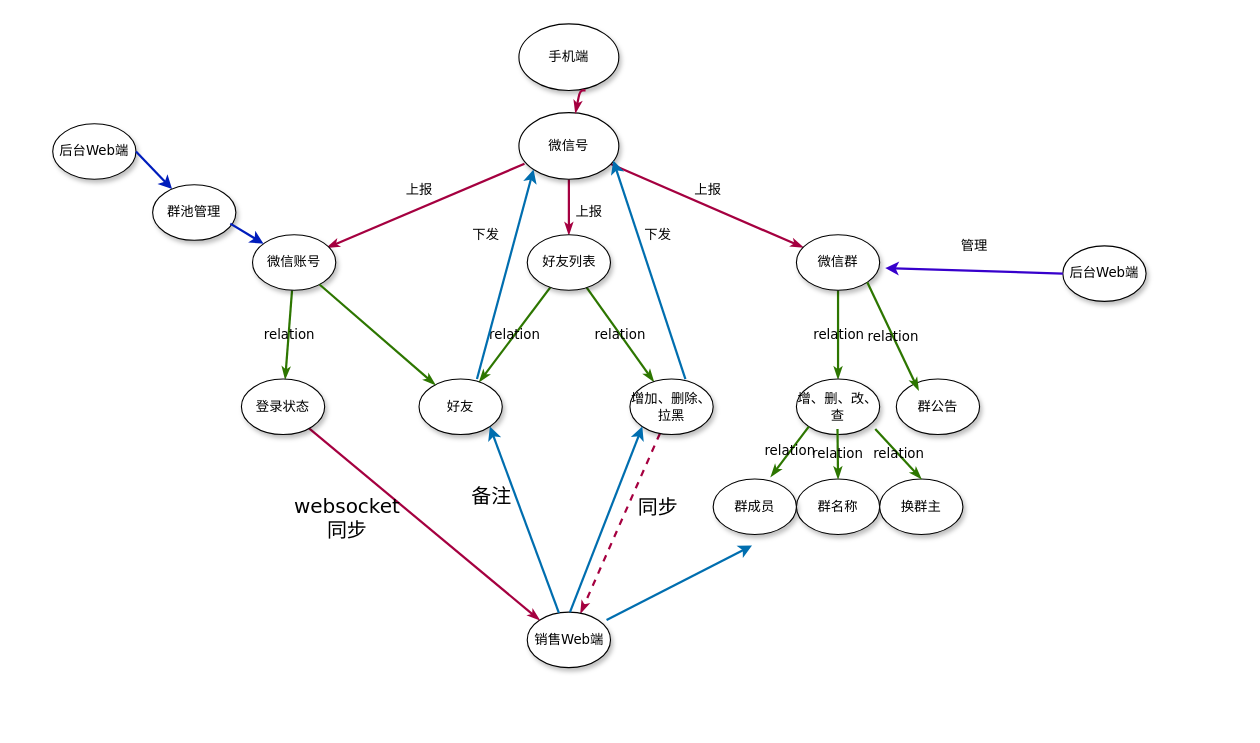
Before: craft/WeAccount.drawio in feihu618/drawio, a draw.io diagram. Source tidied: cells renumbered, new cells numbered last; positions are measured from the earlier drawing's top-left corner, leaving out a move shared by most shapes. Both pictures are drawn from the tidied source at 111%, with x=0, y=0 at pixel (52, 23).
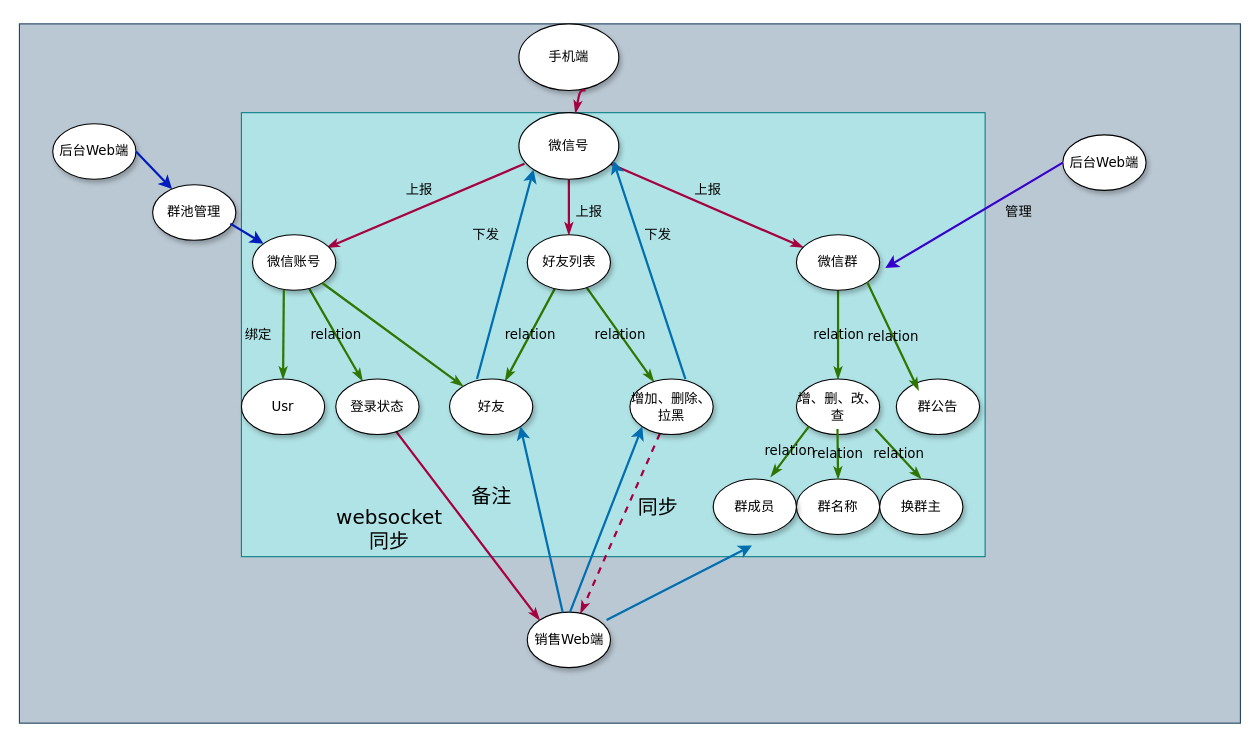
The same diagram, later.

The change refers to these unchanged cells:
```xml
<mxCell id="17" value="&lt;span&gt;微信账号&lt;/span&gt;" style="ellipse;whiteSpace=wrap;html=1;rounded=0;shadow=1;comic=0;labelBackgroundColor=none;strokeWidth=1;fontFamily=Verdana;fontSize=12;align=center;" parent="1" vertex="1">
  <mxGeometry x="180" y="190" width="75" height="50" as="geometry" />
</mxCell>
```

The edit, as a diff of the source:
```diff
@@
+    <mxCell id="51" style="rounded=0;whiteSpace=wrap;html=1;fillColor=#bac8d3;strokeColor=#23445d;" parent="1" vertex="1">
+      <mxGeometry x="-30" width="1100" height="630" as="geometry" />
+    </mxCell>
+    <mxCell id="52" style="rounded=0;whiteSpace=wrap;html=1;fillColor=#b0e3e6;strokeColor=#0e8088;" parent="1" vertex="1">
+      <mxGeometry x="170" y="80" width="670" height="400" as="geometry" />
+    </mxCell>
@@
     <mxCell id="14" value="&lt;span&gt;好友&lt;/span&gt;" style="ellipse;whiteSpace=wrap;html=1;rounded=0;shadow=1;comic=0;labelBackgroundColor=none;strokeWidth=1;fontFamily=Verdana;fontSize=12;align=center;" parent="1" vertex="1">
-      <mxGeometry x="330" y="320" width="75" height="50" as="geometry" />
+      <mxGeometry x="357.5" y="320" width="75" height="50" as="geometry" />
     </mxCell>
@@
     <mxCell id="19" value="&lt;span&gt;登录状态&lt;/span&gt;" style="ellipse;whiteSpace=wrap;html=1;rounded=0;shadow=1;comic=0;labelBackgroundColor=none;strokeWidth=1;fontFamily=Verdana;fontSize=12;align=center;" parent="1" vertex="1">
-      <mxGeometry x="170" y="320" width="75" height="50" as="geometry" />
+      <mxGeometry x="255" y="320" width="75" height="50" as="geometry" />
     </mxCell>
@@
     <mxCell id="29" value="&lt;span style=&quot;font-family: &amp;#34;verdana&amp;#34; ; font-size: 18px&quot;&gt;websocket&lt;br&gt;同步&lt;/span&gt;" style="text;html=1;align=center;verticalAlign=middle;fillColor=none;strokeColor=none;rounded=0;" parent="1" vertex="1">
-      <mxGeometry x="210" y="425" width="110" height="40" as="geometry" />
+      <mxGeometry x="247.5" y="435" width="110" height="40" as="geometry" />
     </mxCell>
@@
     <mxCell id="42" value="后台Web端" style="ellipse;whiteSpace=wrap;html=1;rounded=0;shadow=1;comic=0;labelBackgroundColor=none;strokeWidth=1;fontFamily=Verdana;fontSize=12;align=center;" parent="1" vertex="1">
-      <mxGeometry x="910" y="200" width="75" height="50" as="geometry" />
+      <mxGeometry x="910" y="100" width="75" height="50" as="geometry" />
     </mxCell>
@@
     <mxCell id="44" value="&lt;span style=&quot;font-family: &amp;#34;verdana&amp;#34;&quot;&gt;管理&lt;/span&gt;" style="text;html=1;align=center;verticalAlign=middle;fillColor=none;strokeColor=none;rounded=0;" parent="1" vertex="1">
-      <mxGeometry x="810" y="190" width="40" height="20" as="geometry" />
+      <mxGeometry x="850" y="160" width="40" height="20" as="geometry" />
     </mxCell>
@@
+    <mxCell id="53" value="&lt;span&gt;Usr&lt;/span&gt;" style="ellipse;whiteSpace=wrap;html=1;rounded=0;shadow=1;comic=0;labelBackgroundColor=none;strokeWidth=1;fontFamily=Verdana;fontSize=12;align=center;" parent="1" vertex="1">
+      <mxGeometry x="170" y="320" width="75" height="50" as="geometry" />
+    </mxCell>
+    <mxCell id="54" style="edgeStyle=none;rounded=1;html=1;labelBackgroundColor=none;startArrow=none;startFill=0;startSize=5;endArrow=classicThin;endFill=1;endSize=5;jettySize=auto;strokeColor=#2D7600;strokeWidth=2;fontFamily=Verdana;fontSize=12;fillColor=#60a917;entryX=0.5;entryY=0;entryDx=0;entryDy=0;exitX=0.376;exitY=0.993;exitDx=0;exitDy=0;exitPerimeter=0;" parent="1" edge="1" source="17" target="53">
+      <mxGeometry relative="1" as="geometry" />
+    </mxCell>
+    <mxCell id="55" value="&lt;span style=&quot;font-family: &amp;#34;verdana&amp;#34;&quot;&gt;绑定&lt;/span&gt;" style="text;html=1;align=center;verticalAlign=middle;fillColor=none;strokeColor=none;rounded=0;" parent="1" vertex="1">
+      <mxGeometry x="165" y="270" width="40" height="20" as="geometry" />
+    </mxCell>
```
